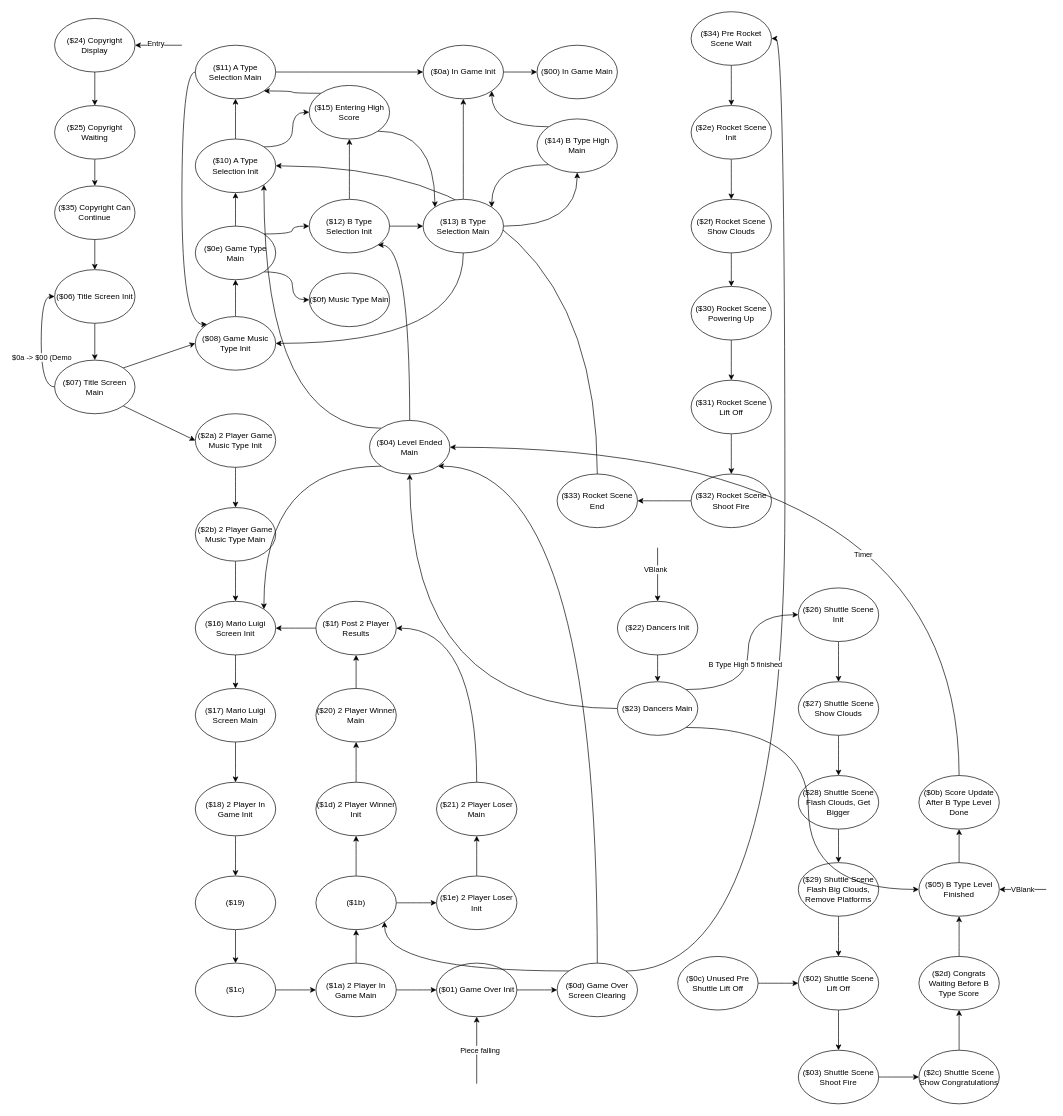
Above: docs/tetris.drawio in vinheim3/tetris-gb-disasm (draw.io), before the change. Source tidied: cells renumbered, new cells numbered last; positions are measured from the earlier drawing's top-left corner, leaving out a move shared by most shapes. Both pictures are drawn from the tidied source at 67%, with x=0, y=0 at pixel (54, 11).
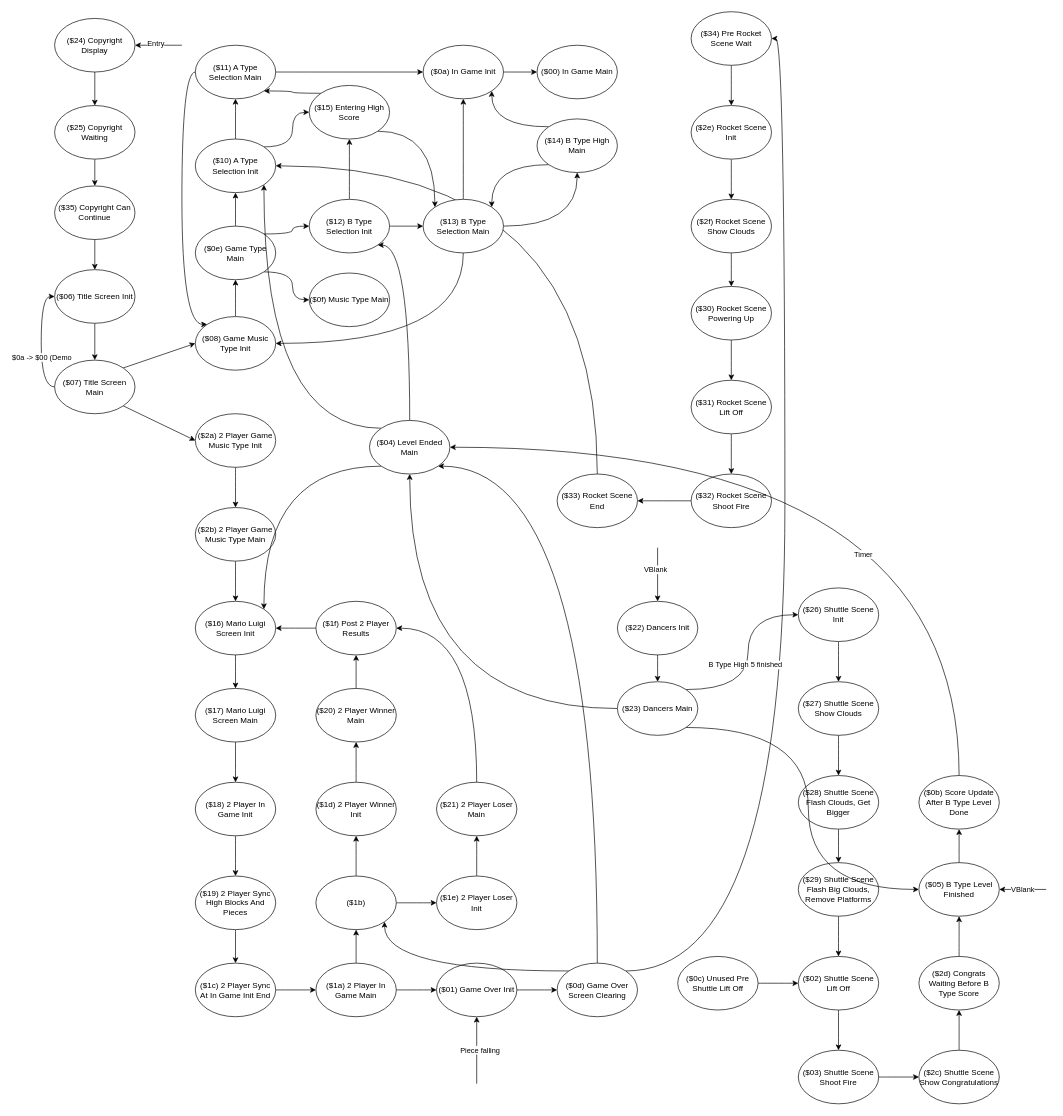
Above is the later version.

Change to the diagram source:
```diff
@@
-    <mxCell id="28" value="($19)" style="ellipse;whiteSpace=wrap;html=1;" parent="1" vertex="1">
+    <mxCell id="28" value="($19) 2 Player Sync High Blocks And Pieces" style="ellipse;whiteSpace=wrap;html=1;" parent="1" vertex="1">
       <mxGeometry x="210" y="1290" width="120" height="80" as="geometry" />
     </mxCell>
@@
-    <mxCell id="30" value="($1c)" style="ellipse;whiteSpace=wrap;html=1;" parent="1" vertex="1">
+    <mxCell id="30" value="($1c) 2 Player Sync At In Game Init End" style="ellipse;whiteSpace=wrap;html=1;" parent="1" vertex="1">
       <mxGeometry x="210" y="1420" width="120" height="80" as="geometry" />
     </mxCell>
```
